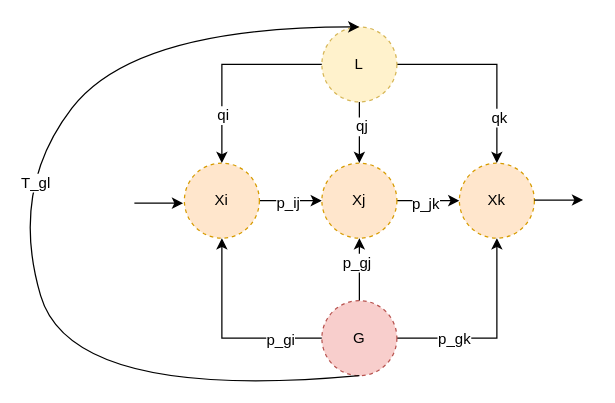
Above: page "Page-4" (4 of 7) of vision_gnss_fusion.drawio in sunbingfeng/draw_sketches (draw.io), before the change. Source tidied: cells renumbered, new cells numbered last; positions are measured from the earlier drawing's top-left corner, leaving out a move shared by most shapes. Both pictures are drawn from the tidied source at 125%, with x=0, y=0 at pixel (9, 26).
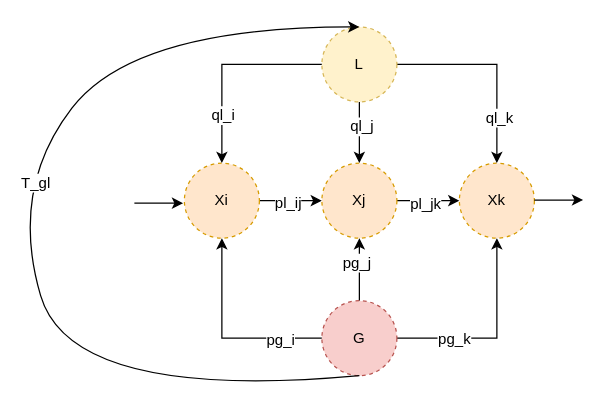
Above is the later version.

The change refers to these unchanged cells:
```xml
<mxCell id="2" style="edgeStyle=orthogonalEdgeStyle;rounded=0;jettySize=auto;html=1;" parent="1" edge="1" source="4" target="7">
  <mxGeometry relative="1" as="geometry" />
</mxCell>
<mxCell id="5" style="edgeStyle=orthogonalEdgeStyle;rounded=0;jettySize=auto;html=1;" parent="1" edge="1" source="7" target="8">
  <mxGeometry relative="1" as="geometry" />
</mxCell>
<mxCell id="9" style="edgeStyle=orthogonalEdgeStyle;rounded=0;jettySize=auto;html=1;" parent="1" edge="1" source="15" target="4">
  <mxGeometry relative="1" as="geometry" />
</mxCell>
<mxCell id="11" style="edgeStyle=orthogonalEdgeStyle;rounded=0;jettySize=auto;html=1;" parent="1" edge="1" source="15" target="7">
  <mxGeometry relative="1" as="geometry" />
</mxCell>
<mxCell id="13" style="edgeStyle=orthogonalEdgeStyle;rounded=0;jettySize=auto;html=1;" parent="1" edge="1" source="15" target="8">
  <mxGeometry relative="1" as="geometry" />
</mxCell>
<mxCell id="16" style="edgeStyle=orthogonalEdgeStyle;rounded=0;jettySize=auto;html=1;" parent="1" edge="1" source="22" target="4">
  <mxGeometry relative="1" as="geometry" />
</mxCell>
<mxCell id="18" style="edgeStyle=orthogonalEdgeStyle;rounded=0;jettySize=auto;html=1;" parent="1" edge="1" source="22" target="8">
  <mxGeometry relative="1" as="geometry" />
</mxCell>
<mxCell id="20" style="edgeStyle=orthogonalEdgeStyle;rounded=0;jettySize=auto;html=1;" parent="1" edge="1" source="22" target="7">
  <mxGeometry relative="1" as="geometry" />
</mxCell>
```

Change to the diagram source:
```diff
@@
-    <mxCell id="3" value="p_ij" style="text;html=1;align=center;verticalAlign=middle;labelBackgroundColor=#ffffff;" parent="2" vertex="1">
+    <mxCell id="3" value="pl_ij" style="text;html=1;align=center;verticalAlign=middle;labelBackgroundColor=#ffffff;" parent="2" vertex="1">
       <mxGeometry x="-0.12" y="-1" relative="1" as="geometry" />
     </mxCell>
@@
-    <mxCell id="6" value="p_jk" style="text;html=1;align=center;verticalAlign=middle;labelBackgroundColor=#ffffff;" parent="5" vertex="1">
+    <mxCell id="6" value="pl_jk" style="text;html=1;align=center;verticalAlign=middle;labelBackgroundColor=#ffffff;" parent="5" vertex="1">
       <mxGeometry x="-0.12" y="-2" relative="1" as="geometry" />
     </mxCell>
@@
-    <mxCell id="10" value="p_gi" style="text;html=1;align=center;verticalAlign=middle;labelBackgroundColor=#ffffff;" parent="9" vertex="1">
+    <mxCell id="10" value="pg_i" style="text;html=1;align=center;verticalAlign=middle;labelBackgroundColor=#ffffff;" parent="9" vertex="1">
       <mxGeometry x="-0.57" y="1" relative="1" as="geometry" />
     </mxCell>
@@
-    <mxCell id="12" value="p_gj" style="text;html=1;align=center;verticalAlign=middle;labelBackgroundColor=#ffffff;" parent="11" vertex="1">
+    <mxCell id="12" value="pg_j" style="text;html=1;align=center;verticalAlign=middle;labelBackgroundColor=#ffffff;" parent="11" vertex="1">
       <mxGeometry x="0.24" y="3" relative="1" as="geometry" />
     </mxCell>
@@
-    <mxCell id="14" value="p_gk" style="text;html=1;align=center;verticalAlign=middle;labelBackgroundColor=#ffffff;" parent="13" vertex="1">
+    <mxCell id="14" value="pg_k" style="text;html=1;align=center;verticalAlign=middle;labelBackgroundColor=#ffffff;" parent="13" vertex="1">
       <mxGeometry x="-0.38" y="-2" relative="1" as="geometry">
         <mxPoint x="-5" y="-2" as="offset" />
       </mxGeometry>
     </mxCell>
@@
-    <mxCell id="17" value="qi" style="text;html=1;align=center;verticalAlign=middle;labelBackgroundColor=#ffffff;" parent="16" vertex="1">
+    <mxCell id="17" value="ql_i" style="text;html=1;align=center;verticalAlign=middle;labelBackgroundColor=#ffffff;" parent="16" vertex="1">
       <mxGeometry x="0.01" y="21" relative="1" as="geometry">
         <mxPoint x="-21" y="40" as="offset" />
       </mxGeometry>
     </mxCell>
@@
-    <mxCell id="19" value="qk" style="text;html=1;align=center;verticalAlign=middle;labelBackgroundColor=#ffffff;" parent="18" vertex="1">
+    <mxCell id="19" value="ql_k" style="text;html=1;align=center;verticalAlign=middle;labelBackgroundColor=#ffffff;" parent="18" vertex="1">
       <mxGeometry x="0.53" y="1" relative="1" as="geometry" />
     </mxCell>
@@
-    <mxCell id="21" value="qj" style="text;html=1;align=center;verticalAlign=middle;labelBackgroundColor=#ffffff;" parent="20" vertex="1">
+    <mxCell id="21" value="ql_j" style="text;html=1;align=center;verticalAlign=middle;labelBackgroundColor=#ffffff;" parent="20" vertex="1">
       <mxGeometry x="-0.22" y="1" relative="1" as="geometry" />
     </mxCell>
```
